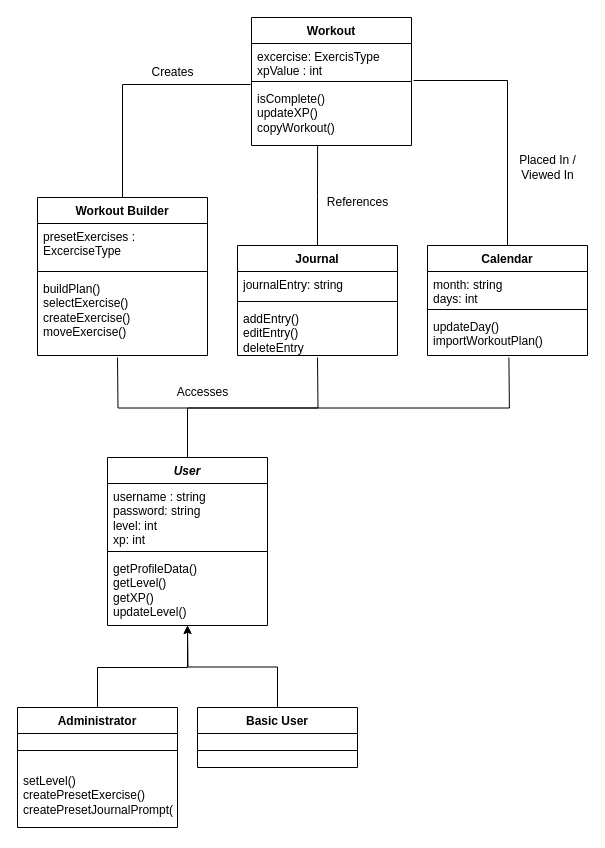
Earlier version of the draw.io diagram Extra Files/other files/UML Class Diagram.drawio (rjb489/CS386-wkgOut). Source tidied: cells renumbered, new cells numbered last; positions are measured from the earlier drawing's top-left corner, leaving out a move shared by most shapes. Both pictures are drawn from the tidied source at 100%, with x=0, y=0 at pixel (17, 17).
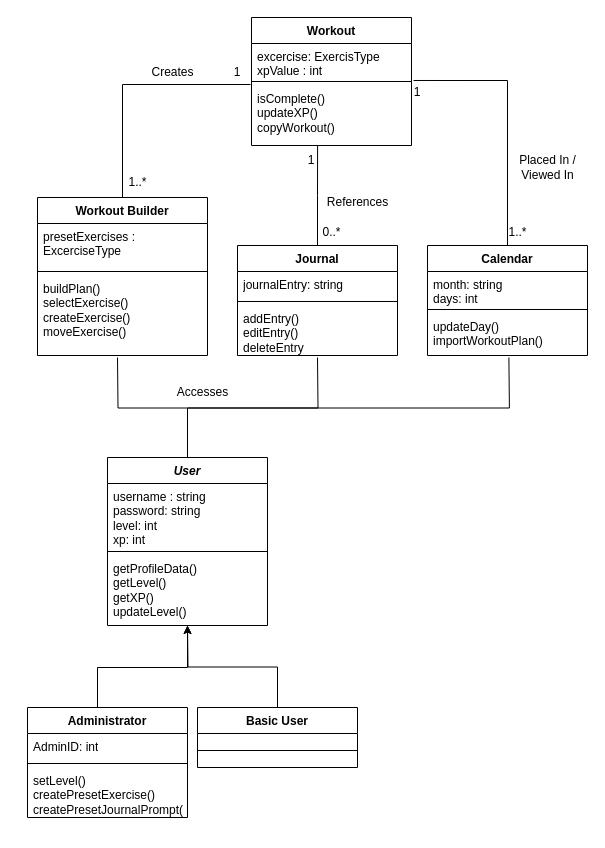
Above is the later version.

The change refers to these unchanged cells:
```xml
<mxCell id="9" value="&lt;i&gt;User&lt;/i&gt;" style="swimlane;fontStyle=1;align=center;verticalAlign=top;horizontal=1;startSize=26;whiteSpace=wrap;html=1;" parent="1" vertex="1">
  <mxGeometry x="90" y="440" width="160" height="168" as="geometry" />
</mxCell>
```

The edit, as a diff of the source:
```diff
@@
-    <mxCell id="21" style="edgeStyle=orthogonalEdgeStyle;rounded=0;jettySize=auto;html=1;entryX=0.5;entryY=1;entryDx=0;entryDy=0;" parent="1" edge="1" source="22" target="9">
+    <mxCell id="21" style="edgeStyle=orthogonalEdgeStyle;rounded=0;jettySize=auto;html=1;entryX=0.5;entryY=1;entryDx=0;entryDy=0;" parent="1" edge="1" target="9">
       <mxGeometry relative="1" as="geometry">
+        <mxPoint x="80" y="690" as="sourcePoint" />
         <Array as="points">
           <mxPoint x="80" y="650" />
           <mxPoint x="170" y="650" />
         </Array>
       </mxGeometry>
     </mxCell>
-    <mxCell id="22" value="Administrator" style="swimlane;fontStyle=1;align=center;verticalAlign=top;horizontal=1;startSize=26;whiteSpace=wrap;html=1;" parent="1" vertex="1">
-      <mxGeometry y="690" width="160" height="120" as="geometry" />
-    </mxCell>
-    <mxCell id="23" style="line;strokeWidth=1;fillColor=none;align=left;verticalAlign=middle;spacingTop=-1;spacingLeft=3;spacingRight=3;labelPosition=right;strokeColor=inherit;" parent="22" vertex="1">
-      <mxGeometry y="26" width="160" height="34" as="geometry" />
-    </mxCell>
-    <mxCell id="24" value="setLevel()&lt;br&gt;createPresetExercise()&lt;br&gt;createPresetJournalPrompt()" style="text;strokeColor=none;fillColor=none;align=left;verticalAlign=top;spacingLeft=4;spacingRight=4;overflow=hidden;whiteSpace=wrap;html=1;" parent="22" vertex="1">
-      <mxGeometry y="60" width="160" height="60" as="geometry" />
-    </mxCell>
@@
+    <mxCell id="39" value="1..*" style="text;html=1;align=center;verticalAlign=middle;strokeColor=none;fillColor=none;" parent="1" vertex="1">
+      <mxGeometry x="100" y="150" width="40" height="30" as="geometry" />
+    </mxCell>
+    <mxCell id="40" value="0..*" style="text;html=1;align=center;verticalAlign=middle;strokeColor=none;fillColor=none;" parent="1" vertex="1">
+      <mxGeometry x="294" y="200" width="40" height="30" as="geometry" />
+    </mxCell>
+    <mxCell id="41" value="1..*" style="text;html=1;align=center;verticalAlign=middle;strokeColor=none;fillColor=none;" parent="1" vertex="1">
+      <mxGeometry x="480" y="200" width="40" height="30" as="geometry" />
+    </mxCell>
+    <mxCell id="42" value="1" style="text;html=1;align=center;verticalAlign=middle;whiteSpace=wrap;rounded=0;" parent="1" vertex="1">
+      <mxGeometry x="190" y="40" width="60" height="30" as="geometry" />
+    </mxCell>
+    <mxCell id="43" value="1" style="text;html=1;align=center;verticalAlign=middle;whiteSpace=wrap;rounded=0;" parent="1" vertex="1">
+      <mxGeometry x="264" y="128" width="60" height="30" as="geometry" />
+    </mxCell>
+    <mxCell id="44" value="1" style="text;html=1;align=center;verticalAlign=middle;whiteSpace=wrap;rounded=0;" parent="1" vertex="1">
+      <mxGeometry x="370" y="60" width="60" height="30" as="geometry" />
+    </mxCell>
+    <mxCell id="22" value="Administrator" style="swimlane;fontStyle=1;align=center;verticalAlign=top;horizontal=1;startSize=26;whiteSpace=wrap;html=1;" parent="1" vertex="1">
+      <mxGeometry x="10" y="690" width="160" height="110" as="geometry" />
+    </mxCell>
+    <mxCell id="45" value="AdminID: int" style="text;strokeColor=none;fillColor=none;align=left;verticalAlign=top;spacingLeft=4;spacingRight=4;overflow=hidden;whiteSpace=wrap;html=1;" parent="22" vertex="1">
+      <mxGeometry y="26" width="160" height="26" as="geometry" />
+    </mxCell>
+    <mxCell id="46" style="line;strokeWidth=1;fillColor=none;align=left;verticalAlign=middle;spacingTop=-1;spacingLeft=3;spacingRight=3;labelPosition=right;strokeColor=inherit;" parent="22" vertex="1">
+      <mxGeometry y="52" width="160" height="8" as="geometry" />
+    </mxCell>
+    <mxCell id="24" value="setLevel()&lt;br&gt;createPresetExercise()&lt;br&gt;createPresetJournalPrompt()" style="text;strokeColor=none;fillColor=none;align=left;verticalAlign=top;spacingLeft=4;spacingRight=4;overflow=hidden;whiteSpace=wrap;html=1;" parent="22" vertex="1">
+      <mxGeometry y="60" width="160" height="50" as="geometry" />
+    </mxCell>
```
